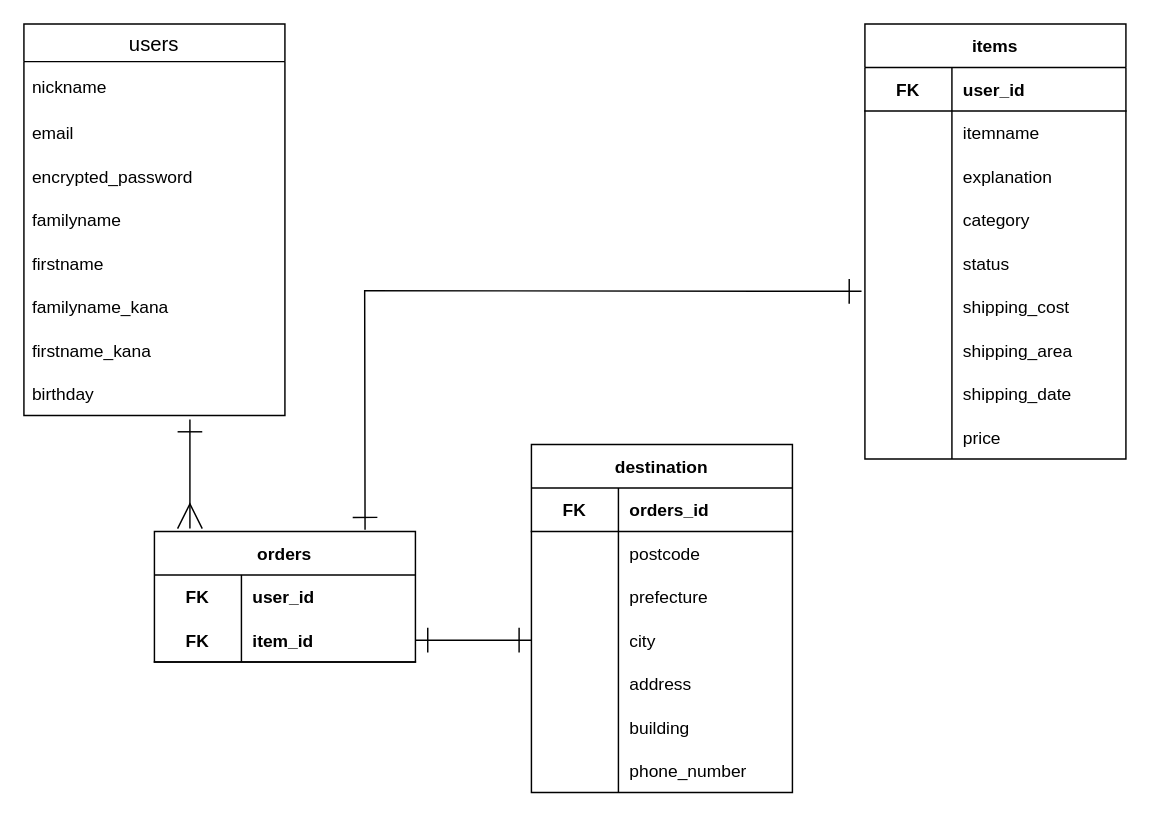
The draw.io diagram ER.dio in mura2024/furima-39368, before the edit. Source tidied: cells renumbered, new cells numbered last; positions are measured from the earlier drawing's top-left corner, leaving out a move shared by most shapes. Both pictures are drawn from the tidied source at 145%, with x=0, y=0 at pixel (23, 23).
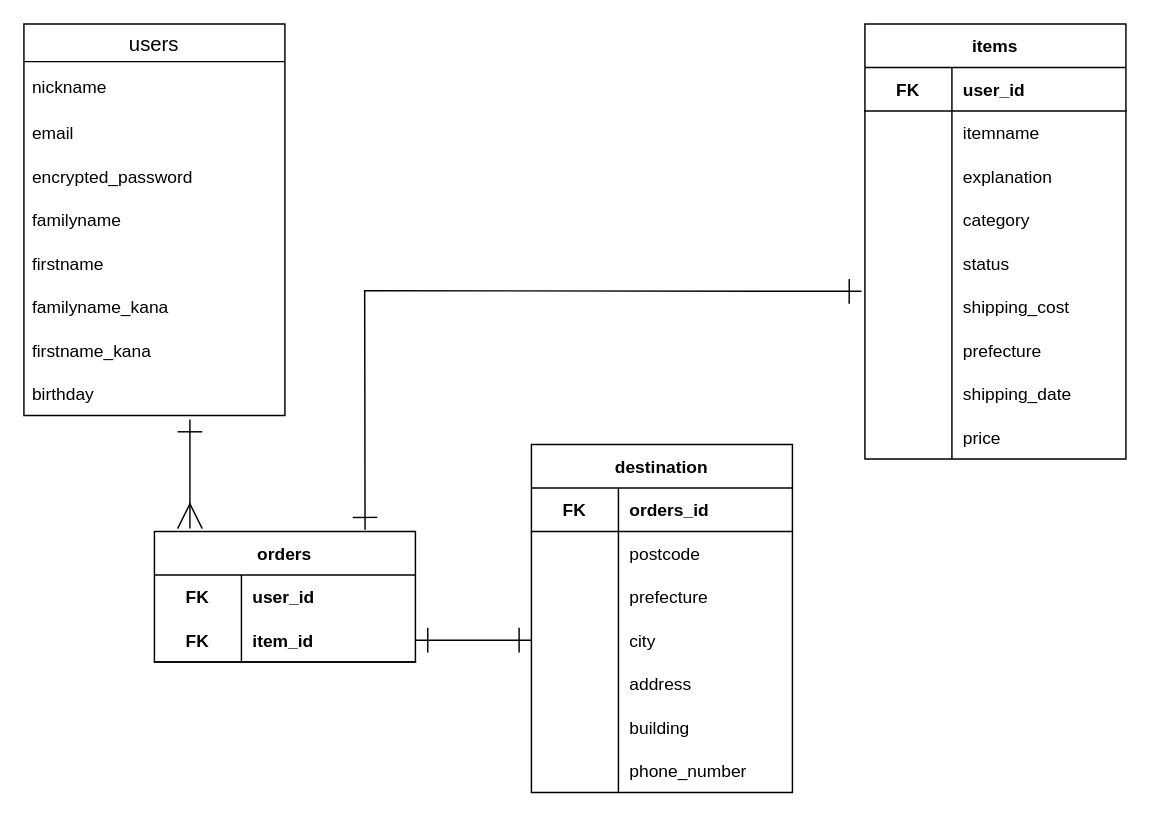
After the change.

The change refers to these unchanged cells:
```xml
<mxCell id="21" style="shape=tableRow;horizontal=0;startSize=0;swimlaneHead=0;swimlaneBody=0;fillColor=none;top=0;left=0;right=0;bottom=0;" parent="2" vertex="1">
  <mxGeometry y="210" width="180" height="30" as="geometry" />
</mxCell>
```

What changed in the source:
```diff
@@
-    <mxCell id="23" value="shipping_area" style="shape=partialRectangle;fillColor=none;top=0;left=0;bottom=0;right=0;align=left;spacingLeft=6;overflow=hidden;verticalAlign=middle;" parent="21" vertex="1">
+    <mxCell id="23" value="prefecture" style="shape=partialRectangle;fillColor=none;top=0;left=0;bottom=0;right=0;align=left;spacingLeft=6;overflow=hidden;verticalAlign=middle;" parent="21" vertex="1">
       <mxGeometry x="60" width="120" height="30" as="geometry" />
     </mxCell>
```
